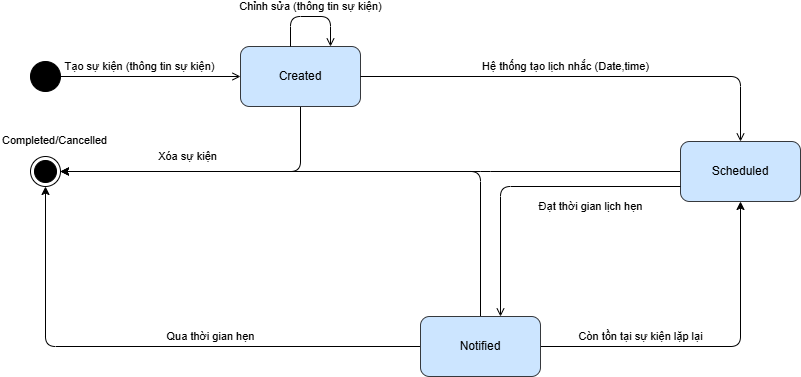
The draw.io diagram image/state.png in phamtranminhtri/cnpm-mo-rong, before a commit. Source tidied: cells renumbered, new cells last; positions are measured from the earlier drawing's top-left corner, leaving out a move shared by most shapes. Its diagram source:
```xml
<mxGraphModel>
  <root>
    <mxCell id="0" />
    <mxCell id="1" parent="0" />
    <mxCell id="2" value="Tạo sự kiện (thông tin sự kiện)" style="edgeStyle=orthogonalEdgeStyle;rounded=0;jettySize=auto;html=1;endArrow=open;endFill=0;" parent="1" edge="1" source="3" target="5">
      <mxGeometry x="-0.12" y="10" relative="1" as="geometry" />
    </mxCell>
    <mxCell id="3" style="ellipse;fillColor=strokeColor;html=1;" parent="1" vertex="1">
      <mxGeometry x="30" y="45" width="30" height="30" as="geometry" />
    </mxCell>
    <mxCell id="4" value="Xóa sự kiện" style="edgeStyle=orthogonalEdgeStyle;rounded=1;jettySize=auto;html=1;curved=0;" parent="1" edge="1" source="5" target="14">
      <mxGeometry x="0.17" y="-15" relative="1" as="geometry">
        <Array as="points">
          <mxPoint x="300" y="155" />
        </Array>
      </mxGeometry>
    </mxCell>
    <mxCell id="5" value="Created" style="rounded=1;whiteSpace=wrap;html=1;fillColor=#cce5ff;strokeColor=#36393d;" parent="1" vertex="1">
      <mxGeometry x="240" y="30" width="120" height="60" as="geometry" />
    </mxCell>
    <mxCell id="6" value="Hệ thống tạo lịch nhắc (Date,time)" style="edgeStyle=orthogonalEdgeStyle;rounded=1;jettySize=auto;html=1;endArrow=open;endFill=0;curved=0;" parent="1" edge="1" source="5" target="8">
      <mxGeometry x="-0.08" y="10" relative="1" as="geometry" />
    </mxCell>
    <mxCell id="7" style="edgeStyle=orthogonalEdgeStyle;rounded=1;jettySize=auto;html=1;curved=0;" parent="1" edge="1" source="8" target="14">
      <mxGeometry relative="1" as="geometry">
        <Array as="points">
          <mxPoint x="480" y="155" />
          <mxPoint x="480" y="155" />
        </Array>
      </mxGeometry>
    </mxCell>
    <mxCell id="8" value="Scheduled" style="rounded=1;whiteSpace=wrap;html=1;fillColor=#cce5ff;strokeColor=#36393d;" parent="1" vertex="1">
      <mxGeometry x="680" y="125" width="120" height="60" as="geometry" />
    </mxCell>
    <mxCell id="9" value="Đạt thời gian lịch hẹn" style="edgeStyle=orthogonalEdgeStyle;rounded=1;jettySize=auto;html=1;endArrow=open;endFill=0;curved=0;" parent="1" edge="1" source="8" target="13">
      <mxGeometry x="-0.42" y="20" relative="1" as="geometry">
        <Array as="points">
          <mxPoint x="500" y="170" />
        </Array>
      </mxGeometry>
    </mxCell>
    <mxCell id="10" style="edgeStyle=orthogonalEdgeStyle;rounded=1;jettySize=auto;html=1;strokeColor=default;curved=0;" parent="1" edge="1" source="13" target="14">
      <mxGeometry relative="1" as="geometry">
        <Array as="points">
          <mxPoint x="480" y="155" />
        </Array>
      </mxGeometry>
    </mxCell>
    <mxCell id="11" value="Qua thời gian hẹn" style="edgeStyle=orthogonalEdgeStyle;rounded=1;jettySize=auto;html=1;curved=0;" parent="1" edge="1" source="13" target="14">
      <mxGeometry x="-0.21" y="-10" relative="1" as="geometry" />
    </mxCell>
    <mxCell id="12" value="Còn tồn tại sự kiện lặp lại" style="edgeStyle=orthogonalEdgeStyle;rounded=1;jettySize=auto;html=1;curved=0;" parent="1" edge="1" source="13" target="8">
      <mxGeometry x="-0.42" y="10" relative="1" as="geometry" />
    </mxCell>
    <mxCell id="13" value="Notified" style="rounded=1;whiteSpace=wrap;html=1;fillColor=#cce5ff;strokeColor=#36393d;" parent="1" vertex="1">
      <mxGeometry x="420" y="300" width="120" height="60" as="geometry" />
    </mxCell>
    <mxCell id="14" style="ellipse;html=1;shape=endState;fillColor=#000000;strokeColor=#000000;" parent="1" vertex="1">
      <mxGeometry x="30" y="140" width="30" height="30" as="geometry" />
    </mxCell>
    <mxCell id="15" value="Chỉnh sửa (thông tin sự kiện)" style="edgeStyle=orthogonalEdgeStyle;shape=connector;rounded=1;orthogonalLoop=1;jettySize=auto;html=1;strokeColor=default;align=center;verticalAlign=middle;fontFamily=Helvetica;fontSize=11;fontColor=default;labelBackgroundColor=default;endArrow=open;endFill=0;curved=0;" parent="1" edge="1">
      <mxGeometry y="10" relative="1" as="geometry">
        <mxPoint x="290" y="30" as="sourcePoint" />
        <mxPoint x="330" y="30" as="targetPoint" />
        <Array as="points">
          <mxPoint x="330" />
        </Array>
      </mxGeometry>
    </mxCell>
    <mxCell id="16" value="&lt;span style=&quot;color: rgb(0, 0, 0); font-family: Helvetica; font-size: 11px; font-style: normal; font-variant-ligatures: normal; font-variant-caps: normal; font-weight: 400; letter-spacing: normal; orphans: 2; text-align: center; text-indent: 0px; text-transform: none; widows: 2; word-spacing: 0px; -webkit-text-stroke-width: 0px; white-space: nowrap; background-color: rgb(255, 255, 255); text-decoration-thickness: initial; text-decoration-style: initial; text-decoration-color: initial; float: none; display: inline !important;&quot;&gt;Completed/Cancelled&lt;/span&gt;" style="text;whiteSpace=wrap;html=1;" parent="1" vertex="1">
      <mxGeometry y="110" width="110" height="30" as="geometry" />
    </mxCell>
  </root>
</mxGraphModel>
```
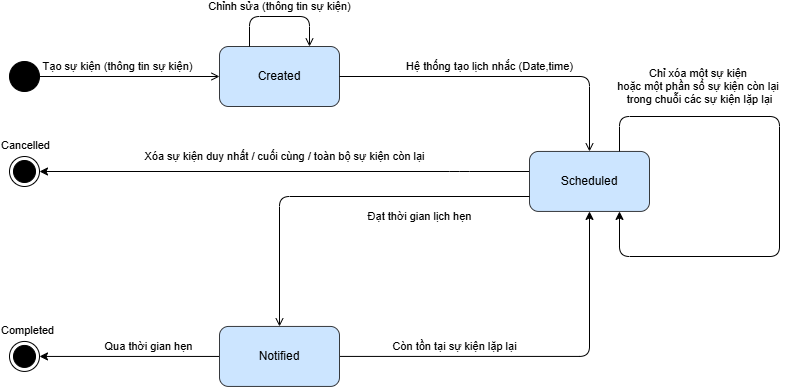
The same file after the commit.

Diff of the diagram source:
```diff
@@ -8,21 +8,14 @@
     <mxCell id="3" style="ellipse;fillColor=strokeColor;html=1;" parent="1" vertex="1">
       <mxGeometry x="30" y="45" width="30" height="30" as="geometry" />
     </mxCell>
-    <mxCell id="4" value="Xóa sự kiện" style="edgeStyle=orthogonalEdgeStyle;rounded=1;jettySize=auto;html=1;curved=0;" parent="1" edge="1" source="5" target="14">
-      <mxGeometry x="0.17" y="-15" relative="1" as="geometry">
-        <Array as="points">
-          <mxPoint x="300" y="155" />
-        </Array>
-      </mxGeometry>
-    </mxCell>
     <mxCell id="5" value="Created" style="rounded=1;whiteSpace=wrap;html=1;fillColor=#cce5ff;strokeColor=#36393d;" parent="1" vertex="1">
       <mxGeometry x="240" y="30" width="120" height="60" as="geometry" />
     </mxCell>
     <mxCell id="6" value="Hệ thống tạo lịch nhắc (Date,time)" style="edgeStyle=orthogonalEdgeStyle;rounded=1;jettySize=auto;html=1;endArrow=open;endFill=0;curved=0;" parent="1" edge="1" source="5" target="8">
       <mxGeometry x="-0.08" y="10" relative="1" as="geometry" />
     </mxCell>
-    <mxCell id="7" style="edgeStyle=orthogonalEdgeStyle;rounded=1;jettySize=auto;html=1;curved=0;" parent="1" edge="1" source="8" target="14">
-      <mxGeometry relative="1" as="geometry">
+    <mxCell id="7" value="Xóa sự kiện duy nhất / cuối cùng / toàn bộ sự kiện còn lại" style="edgeStyle=orthogonalEdgeStyle;rounded=1;jettySize=auto;html=1;curved=0;" parent="1" edge="1" source="8" target="14">
+      <mxGeometry y="-15" relative="1" as="geometry">
         <Array as="points">
           <mxPoint x="480" y="155" />
           <mxPoint x="480" y="155" />
@@ -30,45 +23,54 @@
       </mxGeometry>
     </mxCell>
     <mxCell id="8" value="Scheduled" style="rounded=1;whiteSpace=wrap;html=1;fillColor=#cce5ff;strokeColor=#36393d;" parent="1" vertex="1">
-      <mxGeometry x="680" y="125" width="120" height="60" as="geometry" />
+      <mxGeometry x="550" y="134.9" width="120" height="60" as="geometry" />
     </mxCell>
     <mxCell id="9" value="Đạt thời gian lịch hẹn" style="edgeStyle=orthogonalEdgeStyle;rounded=1;jettySize=auto;html=1;endArrow=open;endFill=0;curved=0;" parent="1" edge="1" source="8" target="13">
       <mxGeometry x="-0.42" y="20" relative="1" as="geometry">
         <Array as="points">
-          <mxPoint x="500" y="170" />
+          <mxPoint x="300" y="180" />
         </Array>
       </mxGeometry>
     </mxCell>
-    <mxCell id="10" style="edgeStyle=orthogonalEdgeStyle;rounded=1;jettySize=auto;html=1;strokeColor=default;curved=0;" parent="1" edge="1" source="13" target="14">
-      <mxGeometry relative="1" as="geometry">
-        <Array as="points">
-          <mxPoint x="480" y="155" />
-        </Array>
-      </mxGeometry>
-    </mxCell>
-    <mxCell id="11" value="Qua thời gian hẹn" style="edgeStyle=orthogonalEdgeStyle;rounded=1;jettySize=auto;html=1;curved=0;" parent="1" edge="1" source="13" target="14">
+    <mxCell id="11" value="Qua thời gian hẹn" style="edgeStyle=orthogonalEdgeStyle;rounded=1;jettySize=auto;html=1;curved=0;" parent="1" edge="1" source="13" target="18">
       <mxGeometry x="-0.21" y="-10" relative="1" as="geometry" />
     </mxCell>
     <mxCell id="12" value="Còn tồn tại sự kiện lặp lại" style="edgeStyle=orthogonalEdgeStyle;rounded=1;jettySize=auto;html=1;curved=0;" parent="1" edge="1" source="13" target="8">
       <mxGeometry x="-0.42" y="10" relative="1" as="geometry" />
     </mxCell>
     <mxCell id="13" value="Notified" style="rounded=1;whiteSpace=wrap;html=1;fillColor=#cce5ff;strokeColor=#36393d;" parent="1" vertex="1">
-      <mxGeometry x="420" y="300" width="120" height="60" as="geometry" />
+      <mxGeometry x="240" y="309.9" width="120" height="60" as="geometry" />
     </mxCell>
     <mxCell id="14" style="ellipse;html=1;shape=endState;fillColor=#000000;strokeColor=#000000;" parent="1" vertex="1">
       <mxGeometry x="30" y="140" width="30" height="30" as="geometry" />
     </mxCell>
-    <mxCell id="15" value="Chỉnh sửa (thông tin sự kiện)" style="edgeStyle=orthogonalEdgeStyle;shape=connector;rounded=1;orthogonalLoop=1;jettySize=auto;html=1;strokeColor=default;align=center;verticalAlign=middle;fontFamily=Helvetica;fontSize=11;fontColor=default;labelBackgroundColor=default;endArrow=open;endFill=0;curved=0;" parent="1" edge="1">
+    <mxCell id="15" value="Chỉnh sửa (thông tin sự kiện)" style="edgeStyle=orthogonalEdgeStyle;shape=connector;rounded=1;jettySize=auto;html=1;strokeColor=default;align=center;verticalAlign=middle;fontFamily=Helvetica;fontSize=11;fontColor=default;labelBackgroundColor=default;endArrow=open;endFill=0;curved=0;" parent="1" edge="1" source="5">
       <mxGeometry y="10" relative="1" as="geometry">
-        <mxPoint x="290" y="30" as="sourcePoint" />
         <mxPoint x="330" y="30" as="targetPoint" />
         <Array as="points">
+          <mxPoint x="270" />
           <mxPoint x="330" />
         </Array>
       </mxGeometry>
     </mxCell>
-    <mxCell id="16" value="&lt;span style=&quot;color: rgb(0, 0, 0); font-family: Helvetica; font-size: 11px; font-style: normal; font-variant-ligatures: normal; font-variant-caps: normal; font-weight: 400; letter-spacing: normal; orphans: 2; text-align: center; text-indent: 0px; text-transform: none; widows: 2; word-spacing: 0px; -webkit-text-stroke-width: 0px; white-space: nowrap; background-color: rgb(255, 255, 255); text-decoration-thickness: initial; text-decoration-style: initial; text-decoration-color: initial; float: none; display: inline !important;&quot;&gt;Completed/Cancelled&lt;/span&gt;" style="text;whiteSpace=wrap;html=1;" parent="1" vertex="1">
-      <mxGeometry y="110" width="110" height="30" as="geometry" />
+    <mxCell id="16" value="&lt;span style=&quot;color: rgb(0, 0, 0); font-family: Helvetica; font-size: 11px; font-style: normal; font-variant-ligatures: normal; font-variant-caps: normal; font-weight: 400; letter-spacing: normal; orphans: 2; text-align: center; text-indent: 0px; text-transform: none; widows: 2; word-spacing: 0px; -webkit-text-stroke-width: 0px; white-space: nowrap; background-color: rgb(255, 255, 255); text-decoration-thickness: initial; text-decoration-style: initial; text-decoration-color: initial; float: none; display: inline !important;&quot;&gt;Cancelled&lt;/span&gt;" style="text;whiteSpace=wrap;html=1;" parent="1" vertex="1">
+      <mxGeometry x="20" y="114.9" width="50" height="20" as="geometry" />
     </mxCell>
+    <mxCell id="17" value="Chỉ xóa một sự kiện&amp;nbsp;&lt;div&gt;hoặc một phần số sự kiện còn lại&amp;nbsp;&lt;div&gt;trong chuỗi các sự kiện lặp lại&lt;/div&gt;&lt;/div&gt;" style="edgeStyle=orthogonalEdgeStyle;rounded=1;orthogonalLoop=1;jettySize=auto;html=1;curved=0;" parent="1" edge="1" source="8" target="8">
+      <mxGeometry x="-0.57" y="30" relative="1" as="geometry">
+        <Array as="points">
+          <mxPoint x="640" y="100" />
+          <mxPoint x="800" y="100" />
+          <mxPoint x="800" y="240" />
+          <mxPoint x="640" y="240" />
+        </Array>
+      </mxGeometry>
+    </mxCell>
+    <mxCell id="18" style="ellipse;html=1;shape=endState;fillColor=#000000;strokeColor=#000000;" parent="1" vertex="1">
+      <mxGeometry x="30" y="324.9" width="30" height="30" as="geometry" />
+    </mxCell>
+    <mxCell id="19" value="&lt;span style=&quot;color: rgb(0, 0, 0); font-family: Helvetica; font-size: 11px; font-style: normal; font-variant-ligatures: normal; font-variant-caps: normal; font-weight: 400; letter-spacing: normal; orphans: 2; text-align: center; text-indent: 0px; text-transform: none; widows: 2; word-spacing: 0px; -webkit-text-stroke-width: 0px; white-space: nowrap; background-color: rgb(255, 255, 255); text-decoration-thickness: initial; text-decoration-style: initial; text-decoration-color: initial; float: none; display: inline !important;&quot;&gt;Completed&lt;/span&gt;" style="text;whiteSpace=wrap;html=1;" parent="1" vertex="1">
+      <mxGeometry x="20" y="300" width="60" height="20" as="geometry" />
+    </mxCell>
   </root>
 </mxGraphModel>
```
